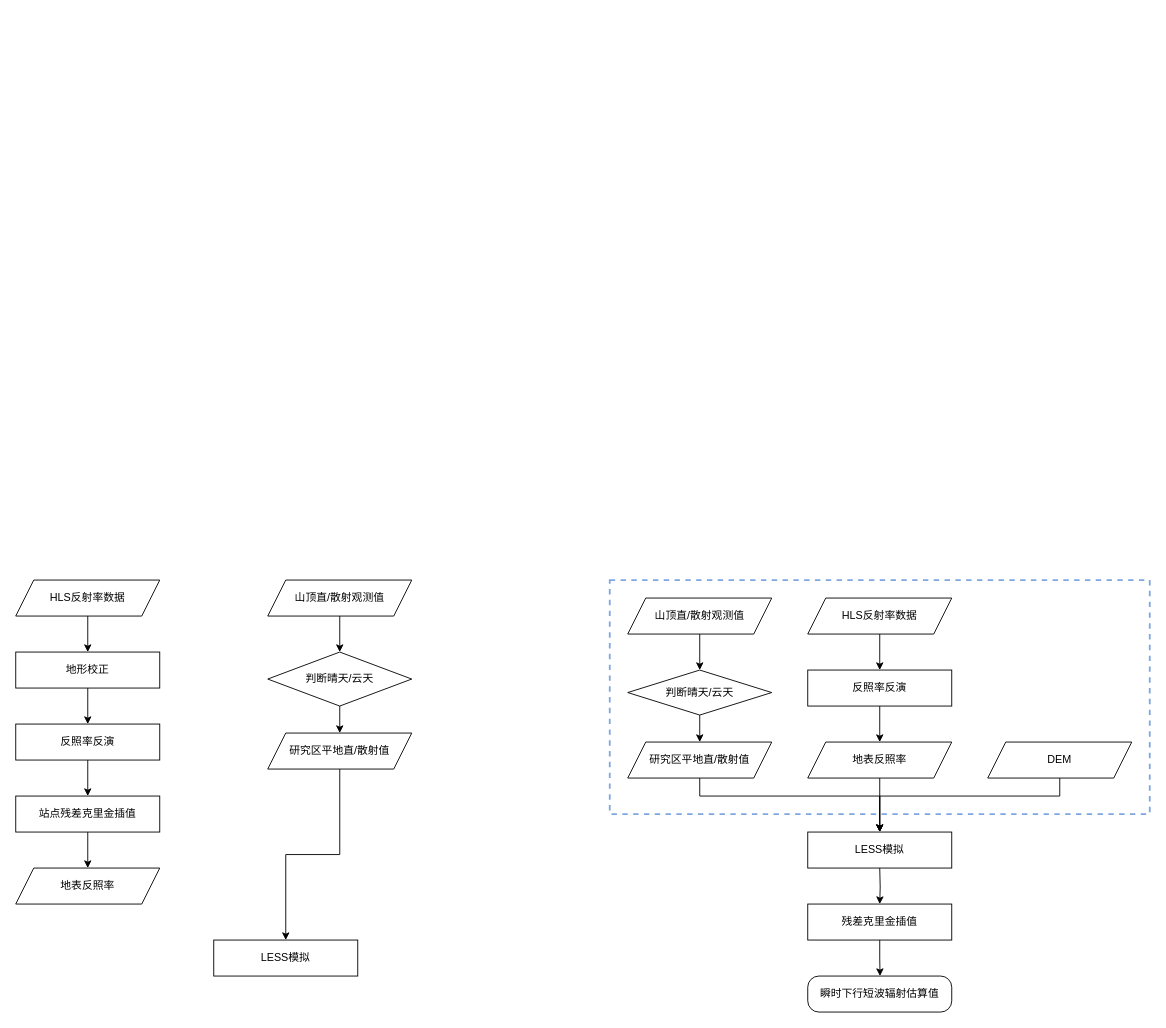
Above: 山地项目流程_2021-11-10.drawio in MaverickCQ/IMHE-Project (draw.io), before the change. Source tidied: cells renumbered, new cells numbered last; positions are measured from the earlier drawing's top-left corner, leaving out a move shared by most shapes. Both pictures are drawn from the tidied source at 90%, with x=0, y=0 at pixel (15, 580).
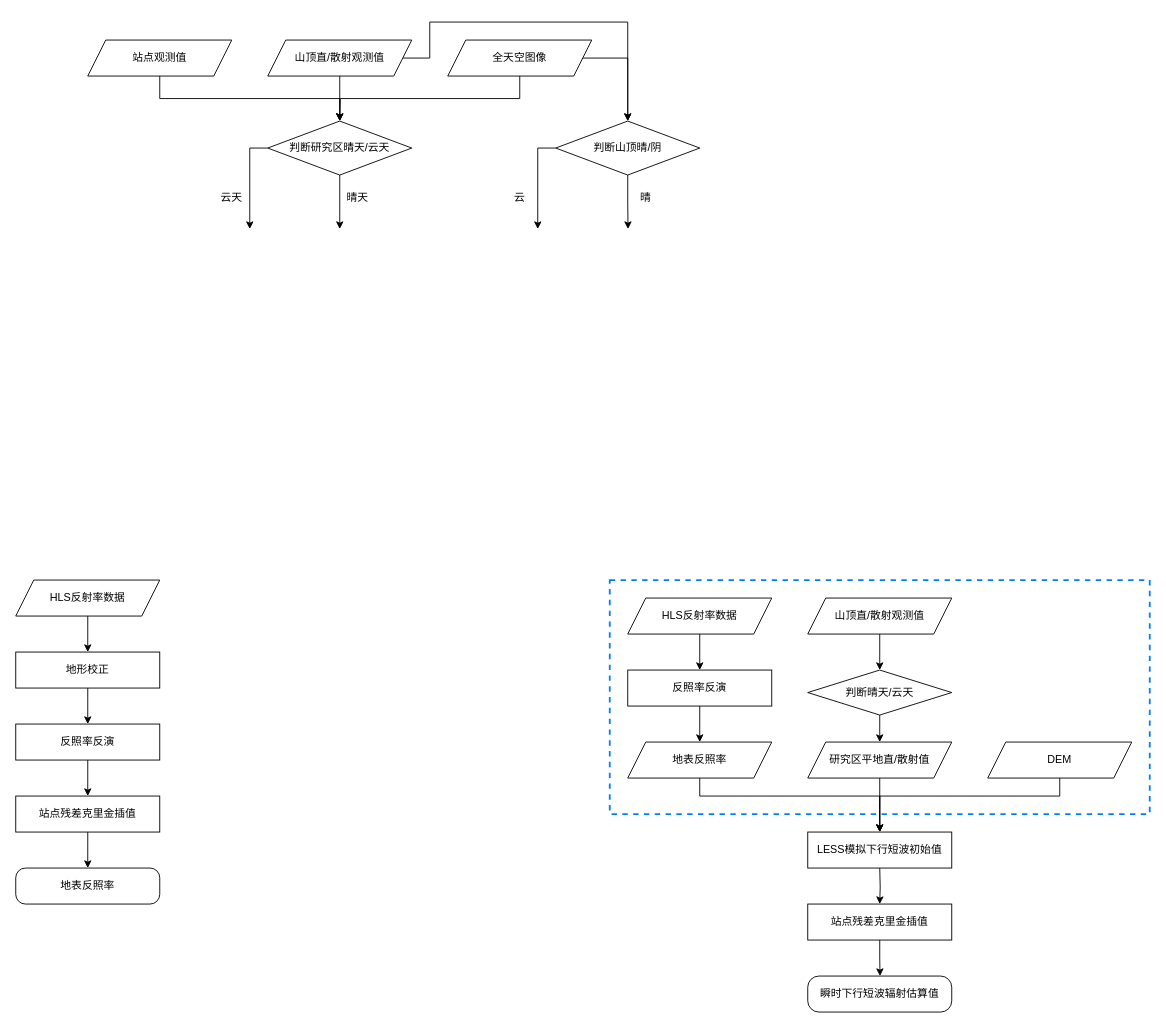
After the change.

Commit message (it also covers changes not shown here):
Update 山地项目流程_2021-11-10.drawio

The change refers to these unchanged cells:
```xml
<mxCell id="16" value="站点残差克里金插值" style="rounded=0;whiteSpace=wrap;html=1;" parent="1" vertex="1">
  <mxGeometry y="240" width="160" height="40" as="geometry" />
</mxCell>
```

Diff of the diagram source:
```diff
@@
-    <mxCell id="2" style="edgeStyle=orthogonalEdgeStyle;rounded=0;jettySize=auto;html=1;exitX=0.5;exitY=1;exitDx=0;exitDy=0;entryX=0.5;entryY=0;entryDx=0;entryDy=0;" parent="1" edge="1" source="3" target="5">
-      <mxGeometry relative="1" as="geometry" />
-    </mxCell>
+    <mxCell id="37" style="rounded=0;whiteSpace=wrap;html=1;fillColor=none;dashed=1;strokeWidth=2;strokeColor=#007FFF;" parent="1" vertex="1">
+      <mxGeometry x="660" width="600" height="260" as="geometry" />
+    </mxCell>
+    <mxCell id="38" style="edgeStyle=orthogonalEdgeStyle;rounded=0;jettySize=auto;html=1;exitX=1;exitY=0.5;exitDx=0;exitDy=0;entryX=0.5;entryY=0;entryDx=0;entryDy=0;" parent="1" edge="1" source="3" target="49">
+      <mxGeometry relative="1" as="geometry">
+        <Array as="points">
+          <mxPoint x="460" y="-580" />
+          <mxPoint x="460" y="-620" />
+          <mxPoint x="680" y="-620" />
+        </Array>
+      </mxGeometry>
+    </mxCell>
+    <mxCell id="39" style="edgeStyle=orthogonalEdgeStyle;rounded=0;jettySize=auto;html=1;exitX=0.5;exitY=1;exitDx=0;exitDy=0;" parent="1" edge="1" source="3">
+      <mxGeometry relative="1" as="geometry">
+        <mxPoint x="360" y="-510" as="targetPoint" />
+      </mxGeometry>
+    </mxCell>
     <mxCell id="3" value="山顶直/散射观测值" style="shape=parallelogram;perimeter=parallelogramPerimeter;whiteSpace=wrap;html=1;fixedSize=1;" parent="1" vertex="1">
-      <mxGeometry x="280" width="160" height="40" as="geometry" />
+      <mxGeometry x="280" y="-600" width="160" height="40" as="geometry" />
     </mxCell>
-    <mxCell id="4" style="edgeStyle=orthogonalEdgeStyle;rounded=0;jettySize=auto;html=1;exitX=0.5;exitY=1;exitDx=0;exitDy=0;entryX=0.5;entryY=0;entryDx=0;entryDy=0;" parent="1" edge="1" source="5" target="7">
-      <mxGeometry relative="1" as="geometry" />
-    </mxCell>
+    <mxCell id="40" style="edgeStyle=orthogonalEdgeStyle;rounded=0;jettySize=auto;html=1;exitX=0.5;exitY=1;exitDx=0;exitDy=0;" parent="1" edge="1" source="5">
+      <mxGeometry relative="1" as="geometry">
+        <mxPoint x="360" y="-390" as="targetPoint" />
+      </mxGeometry>
+    </mxCell>
+    <mxCell id="41" style="edgeStyle=orthogonalEdgeStyle;rounded=0;jettySize=auto;html=1;exitX=0;exitY=0.5;exitDx=0;exitDy=0;" parent="1" edge="1" source="5">
+      <mxGeometry relative="1" as="geometry">
+        <mxPoint x="260" y="-390" as="targetPoint" />
+      </mxGeometry>
+    </mxCell>
-    <mxCell id="5" value="判断晴天/云天" style="rhombus;whiteSpace=wrap;html=1;" parent="1" vertex="1">
-      <mxGeometry x="280" y="80" width="160" height="60" as="geometry" />
+    <mxCell id="5" value="判断研究区晴天/云天" style="rhombus;whiteSpace=wrap;html=1;" parent="1" vertex="1">
+      <mxGeometry x="280" y="-510" width="160" height="60" as="geometry" />
     </mxCell>
-    <mxCell id="6" style="edgeStyle=orthogonalEdgeStyle;rounded=0;jettySize=auto;html=1;exitX=0.5;exitY=1;exitDx=0;exitDy=0;entryX=0.5;entryY=0;entryDx=0;entryDy=0;" parent="1" edge="1" source="7" target="8">
-      <mxGeometry relative="1" as="geometry" />
-    </mxCell>
-    <mxCell id="7" value="研究区平地直/散射值" style="shape=parallelogram;perimeter=parallelogramPerimeter;whiteSpace=wrap;html=1;fixedSize=1;" parent="1" vertex="1">
-      <mxGeometry x="280" y="170" width="160" height="40" as="geometry" />
-    </mxCell>
-    <mxCell id="8" value="LESS模拟" style="rounded=0;whiteSpace=wrap;html=1;" parent="1" vertex="1">
-      <mxGeometry x="220" y="400" width="160" height="40" as="geometry" />
-    </mxCell>
@@
-    <mxCell id="15" style="edgeStyle=orthogonalEdgeStyle;rounded=0;jettySize=auto;html=1;exitX=0.5;exitY=1;exitDx=0;exitDy=0;entryX=0.5;entryY=0;entryDx=0;entryDy=0;" parent="1" edge="1" source="16" target="17">
-      <mxGeometry relative="1" as="geometry" />
+    <mxCell id="15" style="edgeStyle=orthogonalEdgeStyle;rounded=0;jettySize=auto;html=1;exitX=0.5;exitY=1;exitDx=0;exitDy=0;entryX=0.5;entryY=0;entryDx=0;entryDy=0;" parent="1" edge="1" source="16">
+      <mxGeometry relative="1" as="geometry">
+        <mxPoint x="80" y="320" as="targetPoint" />
+      </mxGeometry>
     </mxCell>
@@
-    <mxCell id="17" value="地表反照率" style="shape=parallelogram;perimeter=parallelogramPerimeter;whiteSpace=wrap;html=1;fixedSize=1;" parent="1" vertex="1">
-      <mxGeometry y="320" width="160" height="40" as="geometry" />
-    </mxCell>
@@
     <mxCell id="19" value="HLS反射率数据" style="shape=parallelogram;perimeter=parallelogramPerimeter;whiteSpace=wrap;html=1;fixedSize=1;" parent="1" vertex="1">
-      <mxGeometry x="880" y="20" width="160" height="40" as="geometry" />
+      <mxGeometry x="680" y="20" width="160" height="40" as="geometry" />
     </mxCell>
     <mxCell id="20" style="edgeStyle=orthogonalEdgeStyle;rounded=0;jettySize=auto;html=1;exitX=0.5;exitY=1;exitDx=0;exitDy=0;entryX=0.5;entryY=0;entryDx=0;entryDy=0;" parent="1" edge="1" source="21">
       <mxGeometry relative="1" as="geometry">
-        <mxPoint x="960" y="180" as="targetPoint" />
+        <mxPoint x="760" y="180" as="targetPoint" />
       </mxGeometry>
     </mxCell>
     <mxCell id="21" value="反照率反演" style="rounded=0;whiteSpace=wrap;html=1;" parent="1" vertex="1">
-      <mxGeometry x="880" y="100" width="160" height="40" as="geometry" />
+      <mxGeometry x="680" y="100" width="160" height="40" as="geometry" />
     </mxCell>
     <mxCell id="22" style="edgeStyle=orthogonalEdgeStyle;rounded=0;jettySize=auto;html=1;exitX=0.5;exitY=1;exitDx=0;exitDy=0;entryX=0.5;entryY=0;entryDx=0;entryDy=0;" parent="1" edge="1" source="23" target="35">
-      <mxGeometry relative="1" as="geometry" />
+      <mxGeometry relative="1" as="geometry">
+        <Array as="points">
+          <mxPoint x="760" y="240" />
+          <mxPoint x="960" y="240" />
+        </Array>
+      </mxGeometry>
     </mxCell>
     <mxCell id="23" value="地表反照率" style="shape=parallelogram;perimeter=parallelogramPerimeter;whiteSpace=wrap;html=1;fixedSize=1;" parent="1" vertex="1">
-      <mxGeometry x="880" y="180" width="160" height="40" as="geometry" />
+      <mxGeometry x="680" y="180" width="160" height="40" as="geometry" />
     </mxCell>
@@
     <mxCell id="25" value="山顶直/散射观测值" style="shape=parallelogram;perimeter=parallelogramPerimeter;whiteSpace=wrap;html=1;fixedSize=1;" parent="1" vertex="1">
-      <mxGeometry x="680" y="20" width="160" height="40" as="geometry" />
+      <mxGeometry x="880" y="20" width="160" height="40" as="geometry" />
     </mxCell>
@@
     <mxCell id="27" value="判断晴天/云天" style="rhombus;whiteSpace=wrap;html=1;" parent="1" vertex="1">
-      <mxGeometry x="680" y="100" width="160" height="50" as="geometry" />
+      <mxGeometry x="880" y="100" width="160" height="50" as="geometry" />
     </mxCell>
     <mxCell id="28" style="edgeStyle=orthogonalEdgeStyle;rounded=0;jettySize=auto;html=1;exitX=0.5;exitY=1;exitDx=0;exitDy=0;entryX=0.5;entryY=0;entryDx=0;entryDy=0;" parent="1" edge="1" source="29" target="35">
-      <mxGeometry relative="1" as="geometry">
-        <Array as="points">
-          <mxPoint x="760" y="240" />
-          <mxPoint x="960" y="240" />
-        </Array>
-      </mxGeometry>
+      <mxGeometry relative="1" as="geometry" />
     </mxCell>
     <mxCell id="29" value="研究区平地直/散射值" style="shape=parallelogram;perimeter=parallelogramPerimeter;whiteSpace=wrap;html=1;fixedSize=1;" parent="1" vertex="1">
-      <mxGeometry x="680" y="180" width="160" height="40" as="geometry" />
+      <mxGeometry x="880" y="180" width="160" height="40" as="geometry" />
     </mxCell>
@@
-    <mxCell id="34" value="残差克里金插值" style="rounded=0;whiteSpace=wrap;html=1;" parent="1" vertex="1">
+    <mxCell id="34" value="站点残差克里金插值" style="rounded=0;whiteSpace=wrap;html=1;" parent="1" vertex="1">
       <mxGeometry x="880" y="360" width="160" height="40" as="geometry" />
     </mxCell>
-    <mxCell id="35" value="LESS模拟" style="rounded=0;whiteSpace=wrap;html=1;" parent="1" vertex="1">
+    <mxCell id="35" value="LESS模拟下行短波初始值" style="rounded=0;whiteSpace=wrap;html=1;" parent="1" vertex="1">
       <mxGeometry x="880" y="280" width="160" height="40" as="geometry" />
     </mxCell>
@@
-    <mxCell id="37" style="rounded=0;whiteSpace=wrap;html=1;fillColor=none;dashed=1;strokeWidth=2;strokeColor=#7EA6E0;" parent="1" vertex="1">
-      <mxGeometry x="660" width="600" height="260" as="geometry" />
-    </mxCell>
+    <mxCell id="42" style="edgeStyle=orthogonalEdgeStyle;rounded=0;jettySize=auto;html=1;exitX=0.5;exitY=1;exitDx=0;exitDy=0;entryX=0.5;entryY=0;entryDx=0;entryDy=0;" parent="1" edge="1" source="43" target="5">
+      <mxGeometry relative="1" as="geometry" />
+    </mxCell>
+    <mxCell id="43" value="站点观测值" style="shape=parallelogram;perimeter=parallelogramPerimeter;whiteSpace=wrap;html=1;fixedSize=1;" parent="1" vertex="1">
+      <mxGeometry x="80" y="-600" width="160" height="40" as="geometry" />
+    </mxCell>
+    <mxCell id="44" style="edgeStyle=orthogonalEdgeStyle;rounded=0;jettySize=auto;html=1;exitX=1;exitY=0.5;exitDx=0;exitDy=0;entryX=0.5;entryY=0;entryDx=0;entryDy=0;" parent="1" edge="1" source="46" target="49">
+      <mxGeometry relative="1" as="geometry">
+        <Array as="points">
+          <mxPoint x="680" y="-580" />
+        </Array>
+      </mxGeometry>
+    </mxCell>
+    <mxCell id="45" style="edgeStyle=orthogonalEdgeStyle;rounded=0;jettySize=auto;html=1;exitX=0.5;exitY=1;exitDx=0;exitDy=0;" parent="1" edge="1" source="46">
+      <mxGeometry relative="1" as="geometry">
+        <mxPoint x="360" y="-510" as="targetPoint" />
+      </mxGeometry>
+    </mxCell>
+    <mxCell id="46" value="全天空图像" style="shape=parallelogram;perimeter=parallelogramPerimeter;whiteSpace=wrap;html=1;fixedSize=1;" parent="1" vertex="1">
+      <mxGeometry x="480" y="-600" width="160" height="40" as="geometry" />
+    </mxCell>
+    <mxCell id="47" style="edgeStyle=orthogonalEdgeStyle;rounded=0;jettySize=auto;html=1;exitX=0.5;exitY=1;exitDx=0;exitDy=0;" parent="1" edge="1" source="49">
+      <mxGeometry relative="1" as="geometry">
+        <mxPoint x="680.3" y="-390" as="targetPoint" />
+      </mxGeometry>
+    </mxCell>
+    <mxCell id="48" style="edgeStyle=orthogonalEdgeStyle;rounded=0;jettySize=auto;html=1;exitX=0;exitY=0.5;exitDx=0;exitDy=0;" parent="1" edge="1" source="49">
+      <mxGeometry relative="1" as="geometry">
+        <mxPoint x="580" y="-390" as="targetPoint" />
+      </mxGeometry>
+    </mxCell>
+    <mxCell id="49" value="判断山顶晴/阴" style="rhombus;whiteSpace=wrap;html=1;" parent="1" vertex="1">
+      <mxGeometry x="600" y="-510" width="160" height="60" as="geometry" />
+    </mxCell>
+    <mxCell id="50" value="晴天" style="text;html=1;strokeColor=none;fillColor=none;align=center;verticalAlign=middle;whiteSpace=wrap;rounded=0;" parent="1" vertex="1">
+      <mxGeometry x="350" y="-440" width="60" height="30" as="geometry" />
+    </mxCell>
+    <mxCell id="51" value="云天" style="text;html=1;strokeColor=none;fillColor=none;align=center;verticalAlign=middle;whiteSpace=wrap;rounded=0;" parent="1" vertex="1">
+      <mxGeometry x="210" y="-440" width="60" height="30" as="geometry" />
+    </mxCell>
+    <mxCell id="52" value="晴" style="text;html=1;strokeColor=none;fillColor=none;align=center;verticalAlign=middle;whiteSpace=wrap;rounded=0;" parent="1" vertex="1">
+      <mxGeometry x="670" y="-440" width="60" height="30" as="geometry" />
+    </mxCell>
+    <mxCell id="53" value="云" style="text;html=1;strokeColor=none;fillColor=none;align=center;verticalAlign=middle;whiteSpace=wrap;rounded=0;" parent="1" vertex="1">
+      <mxGeometry x="530" y="-440" width="60" height="30" as="geometry" />
+    </mxCell>
+    <mxCell id="17" value="地表反照率" style="rounded=1;whiteSpace=wrap;html=1;strokeColor=#000000;strokeWidth=1;fillColor=default;arcSize=27;" parent="1" vertex="1">
+      <mxGeometry y="320" width="160" height="40" as="geometry" />
+    </mxCell>
```
